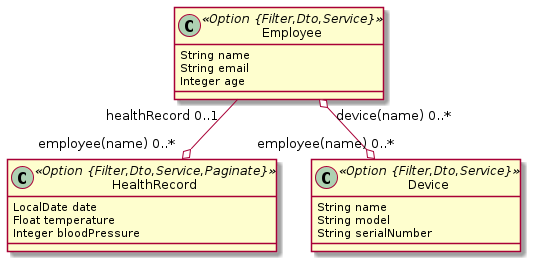
This is health.png from kevintanhongann/jhipster-jdl-collection, a PlantUML export, as it was before one commit.
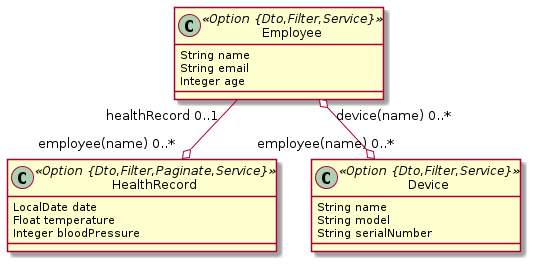
The same diagram one commit later.

Diff of the diagram source:
```diff
@@ -1,17 +1,17 @@
 @startuml
 	!pragma syntax class
-	class Employee <<Option {Filter,Dto,Service}>> {
+	class Employee <<Option {Dto,Filter,Service}>> {
 		String name
 		String email
 		Integer age
 	}
-	class HealthRecord <<Option {Filter,Dto,Service,Paginate}>> {
+	class HealthRecord <<Option {Dto,Filter,Paginate,Service}>> {
 		LocalDate date
 		Float temperature
 		Integer bloodPressure
 	}
 	Employee  "healthRecord 0..1 " --o "employee(name) 0..* "  HealthRecord
-	class Device <<Option {Filter,Dto,Service}>> {
+	class Device <<Option {Dto,Filter,Service}>> {
 		String name
 		String model
 		String serialNumber
```
